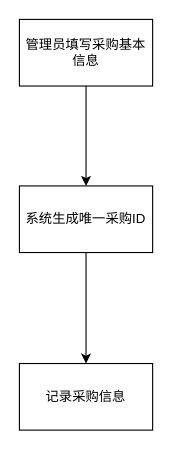
Before: 药品采购流程.drawio in Qingyi1001/repo1, a draw.io diagram. Source tidied: cells renumbered, new cells numbered last; positions are measured from the earlier drawing's top-left corner, leaving out a move shared by most shapes. Both pictures are drawn from the tidied source at 111%, with x=0, y=0 at pixel (19, 19).
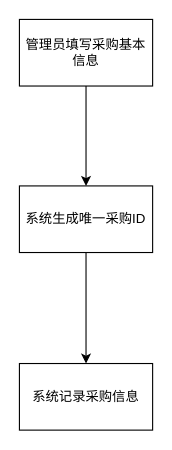
Above is the later version.

Commit message (it also covers changes not shown here):
更新药品采购流程.drawio

The edit, as a diff of the source:
```diff
@@
 <mxGraphModel>
   <root>
     <mxCell id="0" />
     <mxCell id="1" parent="0" />
     <mxCell id="2" value="管理员填写采购基本信息" style="rounded=0;whiteSpace=wrap;html=1;" parent="1" vertex="1">
       <mxGeometry width="120" height="60" as="geometry" />
     </mxCell>
     <mxCell id="3" value="系统生成唯一采购ID" style="rounded=0;whiteSpace=wrap;html=1;" parent="1" vertex="1">
       <mxGeometry y="150" width="120" height="60" as="geometry" />
     </mxCell>
-    <mxCell id="4" value="记录采购信息" style="rounded=0;whiteSpace=wrap;html=1;" parent="1" vertex="1">
+    <mxCell id="4" value="系统记录采购信息" style="rounded=0;whiteSpace=wrap;html=1;" parent="1" vertex="1">
       <mxGeometry y="310" width="120" height="60" as="geometry" />
     </mxCell>
     <mxCell id="5" style="endArrow=classic;html=1;rounded=0;" parent="1" edge="1" source="2" target="3">
       <mxGeometry relative="1" as="geometry" />
     </mxCell>
     <mxCell id="6" style="endArrow=classic;html=1;rounded=0;" parent="1" edge="1" source="3" target="4">
       <mxGeometry relative="1" as="geometry" />
     </mxCell>
   </root>
 </mxGraphModel>
```
